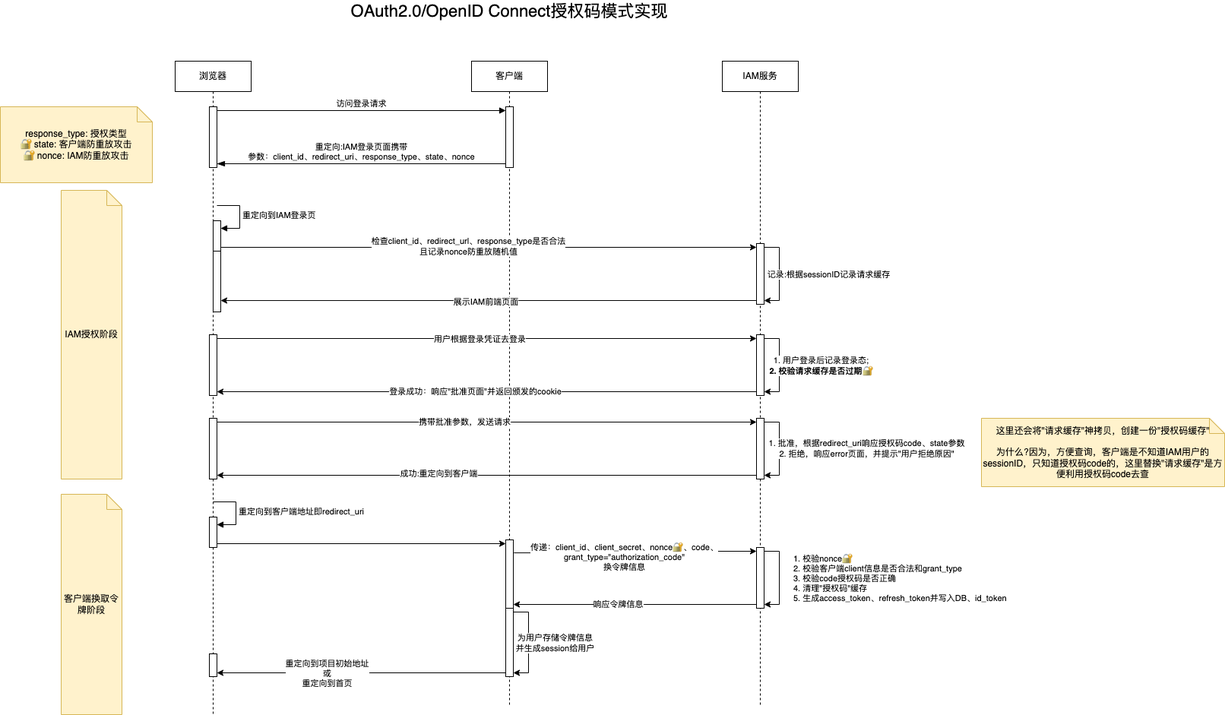
The draw.io diagram IAM实现.drawio.png in JYbill/draw, before a commit. Source tidied: cells renumbered, new cells last; positions are measured from the earlier drawing's top-left corner, leaving out a move shared by most shapes.
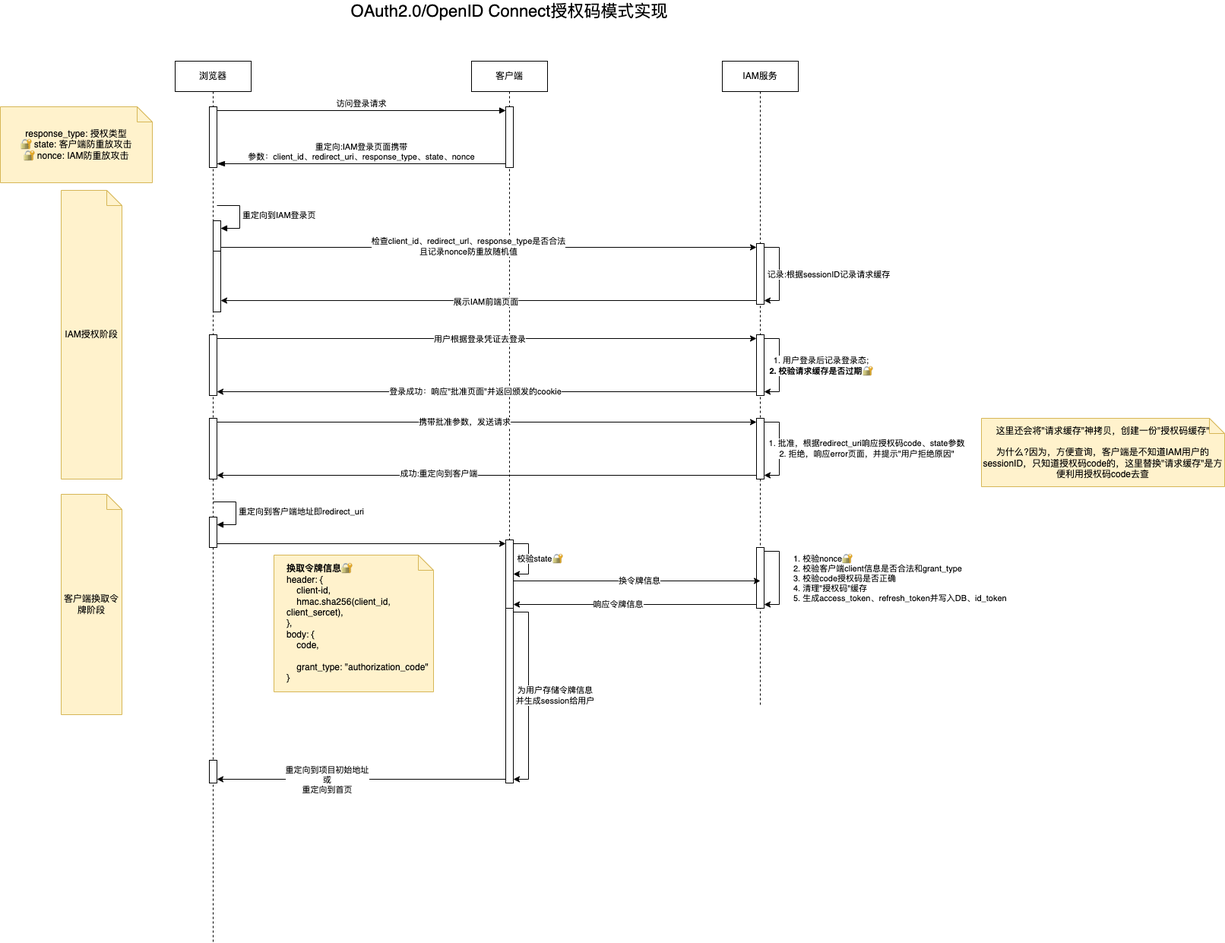
Later version of the same file.

The edit, as a diff of the source:
```diff
@@ -3,7 +3,7 @@
     <mxCell id="0" />
     <mxCell id="1" parent="0" />
     <mxCell id="2" value="浏览器" style="shape=umlLifeline;perimeter=lifelinePerimeter;whiteSpace=wrap;html=1;newEdgeStyle={&quot;curved&quot;:0,&quot;rounded&quot;:0};" parent="1" vertex="1">
-      <mxGeometry x="230" y="80" width="100" height="860" as="geometry" />
+      <mxGeometry x="230" y="80" width="100" height="1160" as="geometry" />
     </mxCell>
     <mxCell id="3" style="html=1;points=[[0,0,0,0,5],[0,1,0,0,-5],[1,0,0,0,5],[1,1,0,0,-5]];perimeter=orthogonalPerimeter;outlineConnect=0;targetShapes=umlLifeline;portConstraint=eastwest;newEdgeStyle={&quot;curved&quot;:0,&quot;rounded&quot;:0};" parent="2" vertex="1">
       <mxGeometry x="45" y="60" width="10" height="80" as="geometry" />
@@ -28,9 +28,6 @@
     <mxCell id="8" style="html=1;points=[[0,0,0,0,5],[0,1,0,0,-5],[1,0,0,0,5],[1,1,0,0,-5]];perimeter=orthogonalPerimeter;outlineConnect=0;targetShapes=umlLifeline;portConstraint=eastwest;newEdgeStyle={&quot;curved&quot;:0,&quot;rounded&quot;:0};" parent="2" vertex="1">
       <mxGeometry x="45" y="470" width="10" height="80" as="geometry" />
     </mxCell>
-    <mxCell id="9" style="html=1;points=[[0,0,0,0,5],[0,1,0,0,-5],[1,0,0,0,5],[1,1,0,0,-5]];perimeter=orthogonalPerimeter;outlineConnect=0;targetShapes=umlLifeline;portConstraint=eastwest;newEdgeStyle={&quot;curved&quot;:0,&quot;rounded&quot;:0};" parent="2" vertex="1">
-      <mxGeometry x="45" y="780" width="10" height="30" as="geometry" />
-    </mxCell>
     <mxCell id="10" style="html=1;points=[[0,0,0,0,5],[0,1,0,0,-5],[1,0,0,0,5],[1,1,0,0,-5]];perimeter=orthogonalPerimeter;outlineConnect=0;targetShapes=umlLifeline;portConstraint=eastwest;newEdgeStyle={&quot;curved&quot;:0,&quot;rounded&quot;:0};" parent="2" vertex="1">
       <mxGeometry x="45" y="600" width="10" height="40" as="geometry" />
     </mxCell>
@@ -42,17 +39,20 @@
         </Array>
       </mxGeometry>
     </mxCell>
+    <mxCell id="9" style="html=1;points=[[0,0,0,0,5],[0,1,0,0,-5],[1,0,0,0,5],[1,1,0,0,-5]];perimeter=orthogonalPerimeter;outlineConnect=0;targetShapes=umlLifeline;portConstraint=eastwest;newEdgeStyle={&quot;curved&quot;:0,&quot;rounded&quot;:0};" parent="2" vertex="1">
+      <mxGeometry x="45" y="920" width="10" height="30" as="geometry" />
+    </mxCell>
     <mxCell id="12" value="客户端" style="shape=umlLifeline;perimeter=lifelinePerimeter;whiteSpace=wrap;html=1;newEdgeStyle={&quot;curved&quot;:0,&quot;rounded&quot;:0};" parent="1" vertex="1">
-      <mxGeometry x="620" y="80" width="100" height="850" as="geometry" />
+      <mxGeometry x="620" y="80" width="100" height="950" as="geometry" />
     </mxCell>
     <mxCell id="13" style="html=1;points=[[0,0,0,0,5],[0,1,0,0,-5],[1,0,0,0,5],[1,1,0,0,-5]];perimeter=orthogonalPerimeter;outlineConnect=0;targetShapes=umlLifeline;portConstraint=eastwest;newEdgeStyle={&quot;curved&quot;:0,&quot;rounded&quot;:0};" parent="12" vertex="1">
       <mxGeometry x="45" y="60" width="10" height="80" as="geometry" />
     </mxCell>
-    <mxCell id="14" style="html=1;points=[[0,0,0,0,5],[0,1,0,0,-5],[1,0,0,0,5],[1,1,0,0,-5]];perimeter=orthogonalPerimeter;outlineConnect=0;targetShapes=umlLifeline;portConstraint=eastwest;newEdgeStyle={&quot;curved&quot;:0,&quot;rounded&quot;:0};" parent="12" vertex="1">
+    <mxCell id="14" style="html=1;points=[[0,0,0,0,5],[0,1,0,0,-5],[1,0,0,0,5],[1,0.6,0,0,0],[1,1,0,0,-5]];perimeter=orthogonalPerimeter;outlineConnect=0;targetShapes=umlLifeline;portConstraint=eastwest;newEdgeStyle={&quot;curved&quot;:0,&quot;rounded&quot;:0};" parent="12" vertex="1">
       <mxGeometry x="45" y="630" width="10" height="90" as="geometry" />
     </mxCell>
     <mxCell id="15" style="html=1;points=[[0,0,0,0,5],[0,1,0,0,-5],[1,0,0,0,5],[1,1,0,0,-5]];perimeter=orthogonalPerimeter;outlineConnect=0;targetShapes=umlLifeline;portConstraint=eastwest;newEdgeStyle={&quot;curved&quot;:0,&quot;rounded&quot;:0};" parent="12" vertex="1">
-      <mxGeometry x="45" y="720" width="10" height="90" as="geometry" />
+      <mxGeometry x="45" y="720" width="10" height="230" as="geometry" />
     </mxCell>
     <mxCell id="16" style="edgeStyle=orthogonalEdgeStyle;rounded=0;orthogonalLoop=1;jettySize=auto;html=1;curved=0;exitX=1;exitY=0;exitDx=0;exitDy=5;exitPerimeter=0;entryX=1;entryY=1;entryDx=0;entryDy=-5;entryPerimeter=0;" parent="12" edge="1" source="15" target="15">
       <mxGeometry relative="1" as="geometry" />
@@ -62,6 +62,14 @@
         <mxPoint x="32" y="1" as="offset" />
       </mxGeometry>
     </mxCell>
+    <mxCell id="57" style="edgeStyle=orthogonalEdgeStyle;rounded=0;orthogonalLoop=1;jettySize=auto;html=1;curved=0;exitX=1;exitY=0;exitDx=0;exitDy=5;exitPerimeter=0;" parent="12" edge="1" source="14" target="14">
+      <mxGeometry relative="1" as="geometry" />
+    </mxCell>
+    <mxCell id="58" value="校验state🔐" style="edgeLabel;html=1;align=center;verticalAlign=middle;" parent="57" vertex="1">
+      <mxGeometry relative="1" as="geometry">
+        <mxPoint x="15" as="offset" />
+      </mxGeometry>
+    </mxCell>
     <mxCell id="18" value="OAuth2.0/OpenID Connect授权码模式实现" style="text;html=1;align=center;verticalAlign=middle;whiteSpace=wrap;rounded=0;fontSize=22;" parent="1" vertex="1">
       <mxGeometry x="427" width="486" height="30" as="geometry" />
     </mxCell>
@@ -166,14 +174,6 @@
     <mxCell id="49" value="&lt;font style=&quot;font-size: 12px;&quot;&gt;这里还会将&quot;请求缓存&quot;神拷贝，创建一份&quot;授权码缓存&quot;&lt;br&gt;&lt;br&gt;为什么?因为，方便查询，客户端是不知道IAM用户的sessionID，只知道授权码code的，这里替换&quot;请求缓存&quot;是方便利用授权码code去查&lt;/font&gt;" style="shape=note;size=20;whiteSpace=wrap;html=1;fillColor=#fff2cc;strokeColor=#d6b656;" parent="1" vertex="1">
       <mxGeometry x="1291" y="550" width="320" height="90" as="geometry" />
     </mxCell>
-    <mxCell id="50" style="edgeStyle=orthogonalEdgeStyle;rounded=0;jettySize=auto;html=1;curved=0;exitX=1.083;exitY=0.19;exitDx=0;exitDy=0;exitPerimeter=0;entryX=0;entryY=0;entryDx=0;entryDy=5;entryPerimeter=0;" parent="1" edge="1" source="14" target="31">
-      <mxGeometry relative="1" as="geometry" />
-    </mxCell>
-    <mxCell id="51" value="传递：client_id、client_secret、nonce🔐、code、&lt;br&gt;grant_type=&quot;authorization_code&quot;&lt;br&gt;换令牌信息" style="edgeLabel;html=1;align=center;verticalAlign=middle;" parent="50" vertex="1">
-      <mxGeometry x="-0.41" y="-1" relative="1" as="geometry">
-        <mxPoint x="50" y="4" as="offset" />
-      </mxGeometry>
-    </mxCell>
     <mxCell id="52" style="edgeStyle=orthogonalEdgeStyle;rounded=0;jettySize=auto;html=1;curved=0;exitX=0;exitY=1;exitDx=0;exitDy=-5;exitPerimeter=0;entryX=1;entryY=1;entryDx=0;entryDy=-5;entryPerimeter=0;" parent="1" edge="1" source="31" target="14">
       <mxGeometry relative="1" as="geometry" />
     </mxCell>
@@ -191,5 +191,16 @@
     <mxCell id="56" value="重定向到项目初始地址&lt;br&gt;或&lt;br&gt;重定向到首页" style="edgeLabel;html=1;align=center;verticalAlign=middle;" parent="55" vertex="1">
       <mxGeometry x="0.24" y="1" relative="1" as="geometry" />
     </mxCell>
+    <mxCell id="50" style="edgeStyle=orthogonalEdgeStyle;rounded=0;jettySize=auto;html=1;curved=0;exitX=1;exitY=0.6;exitDx=0;exitDy=0;exitPerimeter=0;entryX=0.5;entryY=0.55;entryDx=0;entryDy=0;entryPerimeter=0;" parent="1" edge="1" source="14" target="31">
+      <mxGeometry relative="1" as="geometry" />
+    </mxCell>
+    <mxCell id="59" value="换令牌信息" style="edgeLabel;html=1;align=center;verticalAlign=middle;" parent="50" vertex="1">
+      <mxGeometry x="0.01" y="2" relative="1" as="geometry">
+        <mxPoint x="2" y="2" as="offset" />
+      </mxGeometry>
+    </mxCell>
+    <mxCell id="60" value="&lt;b&gt;换取令牌信息🔐&lt;/b&gt;&lt;br&gt;header: {&lt;br&gt;&amp;nbsp; &amp;nbsp; client-id,&lt;br&gt;&amp;nbsp; &amp;nbsp; hmac.sha256(client_id, client_sercet),&lt;br&gt;},&lt;br&gt;body: { &lt;br&gt;&amp;nbsp; &amp;nbsp; code, &lt;br&gt;&amp;nbsp; &amp;nbsp;&amp;nbsp;&lt;br&gt;&amp;nbsp; &amp;nbsp; grant_type: &quot;authorization_code&quot;&lt;br&gt;}" style="shape=note;size=20;whiteSpace=wrap;html=1;fillColor=#fff2cc;strokeColor=#d6b656;align=left;spacingLeft=15;" parent="1" vertex="1">
+      <mxGeometry x="360" y="730" width="210" height="180" as="geometry" />
+    </mxCell>
   </root>
 </mxGraphModel>
```
